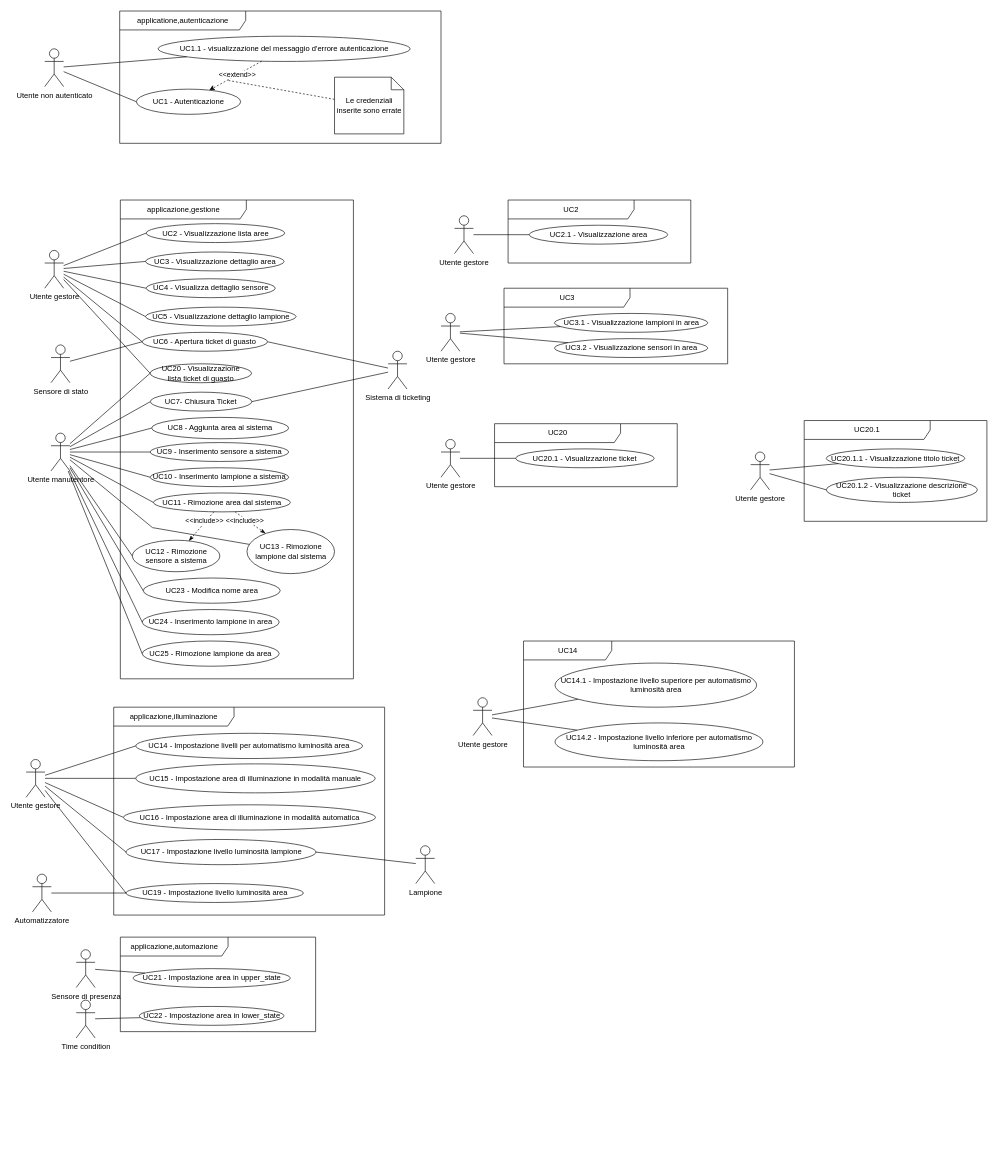
This is page "OK" (1 of 8) of casi_uso_grafici.drawio from SWEasabi/analisi-dei-requisiti, a draw.io file, before an edit. Source tidied: cells renumbered, new cells numbered last; positions are measured from the earlier drawing's top-left corner, leaving out a move shared by most shapes. Both pictures are drawn from the tidied source at 63%, with x=0, y=0 at pixel (26, 11).
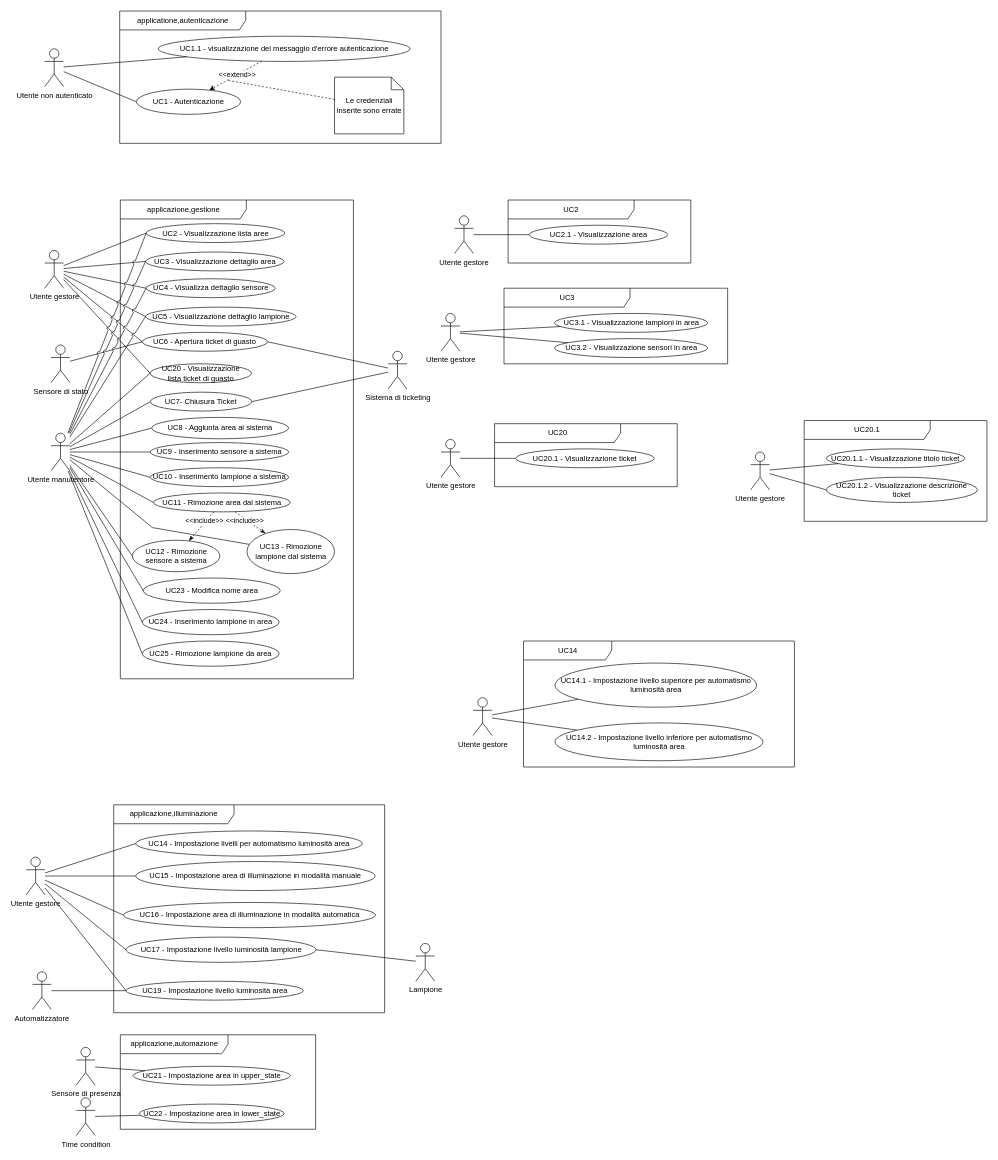
Above is the later version.

Commit message:
Manutentore può visualizzare come gestore

Ricordarsi di modificare a livello testuale #84

The change refers to these unchanged cells:
```xml
<mxCell id="17" value="UC3 - Visualizzazione dettaglio area" style="ellipse;whiteSpace=wrap;html=1;" parent="1" vertex="1">
  <mxGeometry x="189.5" y="382.5" width="220" height="30" as="geometry" />
</mxCell>
<mxCell id="18" value="UC4 - Visualizza dettaglio sensore" style="ellipse;whiteSpace=wrap;html=1;" parent="1" vertex="1">
  <mxGeometry x="190.5" y="425" width="205" height="30" as="geometry" />
</mxCell>
<mxCell id="19" value="UC5 - Visualizzazione dettaglio lampione" style="ellipse;whiteSpace=wrap;html=1;" parent="1" vertex="1">
  <mxGeometry x="189.5" y="470" width="239" height="30" as="geometry" />
</mxCell>
<mxCell id="22" value="UC2 - Visualizzazione lista aree" style="ellipse;whiteSpace=wrap;html=1;" parent="1" vertex="1">
  <mxGeometry x="190.5" y="337.5" width="220" height="30" as="geometry" />
</mxCell>
<mxCell id="56" value="Utente manutentore" style="shape=umlActor;verticalLabelPosition=bottom;verticalAlign=top;html=1;outlineConnect=0;gradientColor=none;" parent="1" vertex="1">
  <mxGeometry x="39.5" y="670" width="30" height="60" as="geometry" />
</mxCell>
```

What changed in the source:
```diff
@@
     <mxCell id="2" value="applicazione,illuminazione" style="shape=umlFrame;whiteSpace=wrap;html=1;width=191;height=30;" parent="1" vertex="1">
-      <mxGeometry x="139" y="1105" width="430" height="330" as="geometry" />
+      <mxGeometry x="139" y="1260" width="430" height="330" as="geometry" />
     </mxCell>
@@
     <mxCell id="39" value="UC19 - Impostazione livello luminosità area" style="ellipse;whiteSpace=wrap;html=1;gradientColor=none;" parent="1" vertex="1">
-      <mxGeometry x="158.5" y="1385" width="281.5" height="30" as="geometry" />
+      <mxGeometry x="158.5" y="1540" width="281.5" height="30" as="geometry" />
     </mxCell>
@@
     <mxCell id="41" value="UC17 - Impostazione livello luminosità lampione" style="ellipse;whiteSpace=wrap;html=1;" parent="1" vertex="1">
-      <mxGeometry x="158.5" y="1315" width="301.5" height="40" as="geometry" />
+      <mxGeometry x="158.5" y="1470" width="301.5" height="40" as="geometry" />
     </mxCell>
     <mxCell id="42" value="Lampione" style="shape=umlActor;verticalLabelPosition=bottom;verticalAlign=top;html=1;outlineConnect=0;" parent="1" vertex="1">
-      <mxGeometry x="618.5" y="1325" width="30" height="60" as="geometry" />
+      <mxGeometry x="618.5" y="1480" width="30" height="60" as="geometry" />
     </mxCell>
@@
     <mxCell id="46" value="Automatizzatore" style="shape=umlActor;verticalLabelPosition=bottom;verticalAlign=top;html=1;outlineConnect=0;" parent="1" vertex="1">
-      <mxGeometry x="10" y="1370" width="30" height="60" as="geometry" />
+      <mxGeometry x="10" y="1525" width="30" height="60" as="geometry" />
     </mxCell>
@@
     <mxCell id="74" value="Utente gestore" style="shape=umlActor;verticalLabelPosition=bottom;verticalAlign=top;html=1;outlineConnect=0;gradientColor=none;" parent="1" vertex="1">
-      <mxGeometry y="1188" width="30" height="60" as="geometry" />
+      <mxGeometry y="1343" width="30" height="60" as="geometry" />
     </mxCell>
     <mxCell id="75" value="UC16 - Impostazione area di illuminazione in modalità automatica" style="ellipse;whiteSpace=wrap;html=1;" parent="1" vertex="1">
-      <mxGeometry x="154.5" y="1260" width="400" height="40" as="geometry" />
+      <mxGeometry x="154.5" y="1415" width="400" height="40" as="geometry" />
     </mxCell>
     <mxCell id="76" value="UC15 - Impostazione area di illuminazione in modalità manuale" style="ellipse;whiteSpace=wrap;html=1;" parent="1" vertex="1">
-      <mxGeometry x="174" y="1195" width="380" height="46" as="geometry" />
+      <mxGeometry x="174" y="1350" width="380" height="46" as="geometry" />
     </mxCell>
     <mxCell id="77" value="UC14 - Impostazione livelli per automatismo luminosità area" style="ellipse;whiteSpace=wrap;html=1;" parent="1" vertex="1">
-      <mxGeometry x="174" y="1146.5" width="360" height="40" as="geometry" />
+      <mxGeometry x="174" y="1301.5" width="360" height="40" as="geometry" />
     </mxCell>
@@
     <mxCell id="79" value="applicazione,automazione" style="shape=umlFrame;whiteSpace=wrap;html=1;width=171;height=30;" parent="1" vertex="1">
-      <mxGeometry x="149.5" y="1470" width="310" height="150" as="geometry" />
+      <mxGeometry x="149.5" y="1625" width="310" height="150" as="geometry" />
     </mxCell>
@@
     <mxCell id="81" value="Time condition" style="shape=umlActor;verticalLabelPosition=bottom;verticalAlign=top;html=1;outlineConnect=0;gradientColor=none;" parent="1" vertex="1">
-      <mxGeometry x="79.5" y="1570" width="30" height="60" as="geometry" />
+      <mxGeometry x="79.5" y="1725" width="30" height="60" as="geometry" />
     </mxCell>
     <mxCell id="82" value="UC21 - Impostazione area in upper_state" style="ellipse;whiteSpace=wrap;html=1;gradientColor=none;" parent="1" vertex="1">
-      <mxGeometry x="169.5" y="1520" width="250" height="30" as="geometry" />
+      <mxGeometry x="169.5" y="1675" width="250" height="30" as="geometry" />
     </mxCell>
@@
     <mxCell id="84" value="Sensore di presenza" style="shape=umlActor;verticalLabelPosition=bottom;verticalAlign=top;html=1;outlineConnect=0;gradientColor=none;" parent="1" vertex="1">
-      <mxGeometry x="79.5" y="1490" width="30" height="60" as="geometry" />
+      <mxGeometry x="79.5" y="1645" width="30" height="60" as="geometry" />
     </mxCell>
     <mxCell id="85" value="UC22 - Impostazione area in lower_state" style="ellipse;whiteSpace=wrap;html=1;gradientColor=none;" parent="1" vertex="1">
-      <mxGeometry x="179.5" y="1580" width="230" height="30" as="geometry" />
+      <mxGeometry x="179.5" y="1735" width="230" height="30" as="geometry" />
     </mxCell>
@@
+    <mxCell id="106" style="edgeStyle=none;rounded=0;jettySize=auto;html=1;startArrow=none;startFill=0;endArrow=none;endFill=0;entryX=0;entryY=0.5;entryDx=0;entryDy=0;jumpStyle=arc;" parent="1" edge="1" source="56" target="22">
+      <mxGeometry relative="1" as="geometry" />
+    </mxCell>
+    <mxCell id="107" style="edgeStyle=none;rounded=0;jettySize=auto;html=1;startArrow=none;startFill=0;endArrow=none;endFill=0;entryX=0;entryY=0.5;entryDx=0;entryDy=0;jumpStyle=arc;" parent="1" edge="1" source="56" target="17">
+      <mxGeometry relative="1" as="geometry" />
+    </mxCell>
+    <mxCell id="108" style="edgeStyle=none;rounded=0;jettySize=auto;html=1;startArrow=none;startFill=0;endArrow=none;endFill=0;entryX=0;entryY=0.5;entryDx=0;entryDy=0;jumpStyle=arc;" parent="1" edge="1" source="56" target="18">
+      <mxGeometry relative="1" as="geometry" />
+    </mxCell>
+    <mxCell id="109" style="edgeStyle=none;rounded=0;jettySize=auto;html=1;startArrow=none;startFill=0;endArrow=none;endFill=0;entryX=0;entryY=0.5;entryDx=0;entryDy=0;jumpStyle=arc;" parent="1" edge="1" source="56" target="19">
+      <mxGeometry relative="1" as="geometry" />
+    </mxCell>
```
